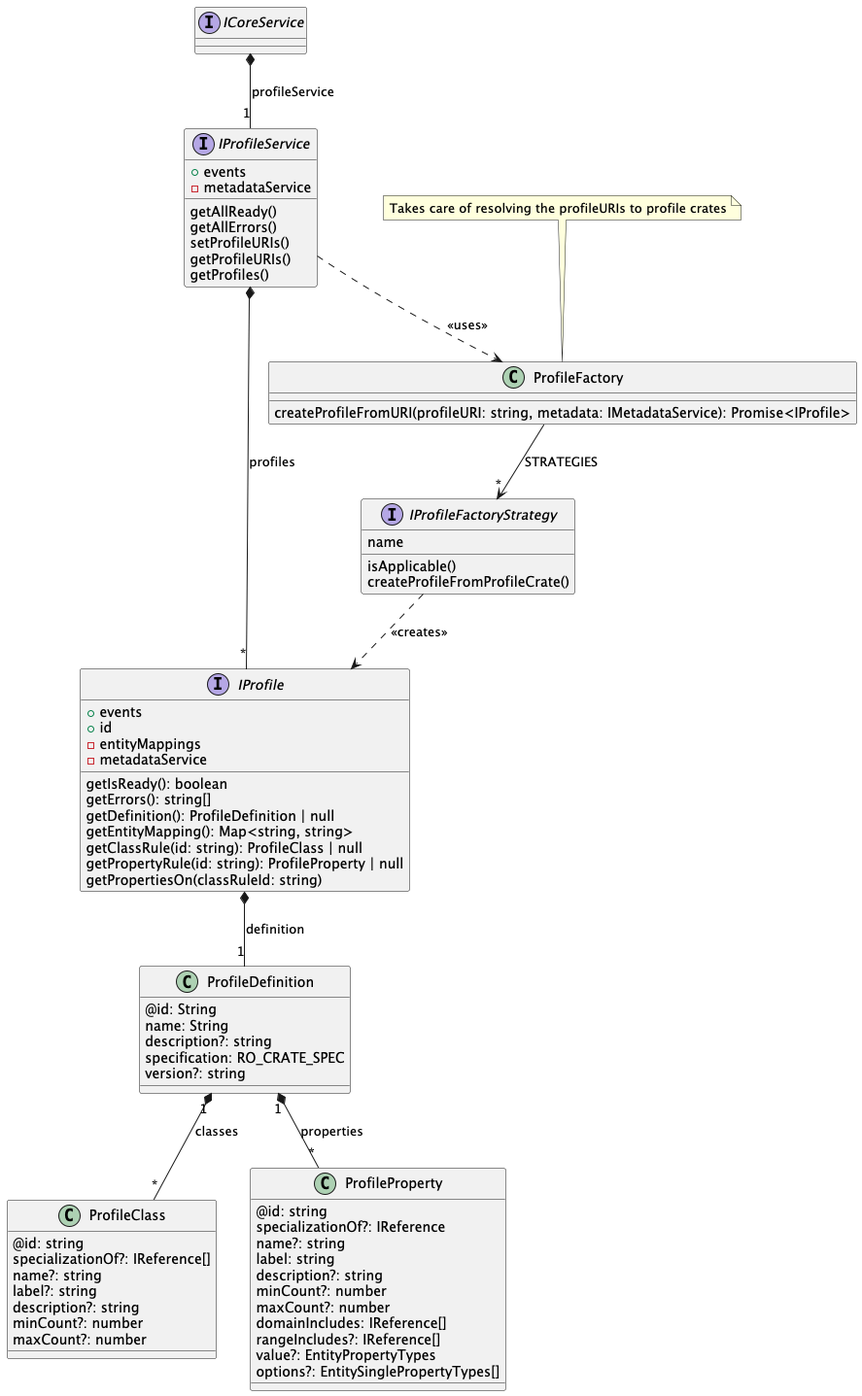
kit-data-manager/NovaCrate keeps this PlantUML diagram as docs/figures/lib/lib-profiles.png. Above is the earlier version.
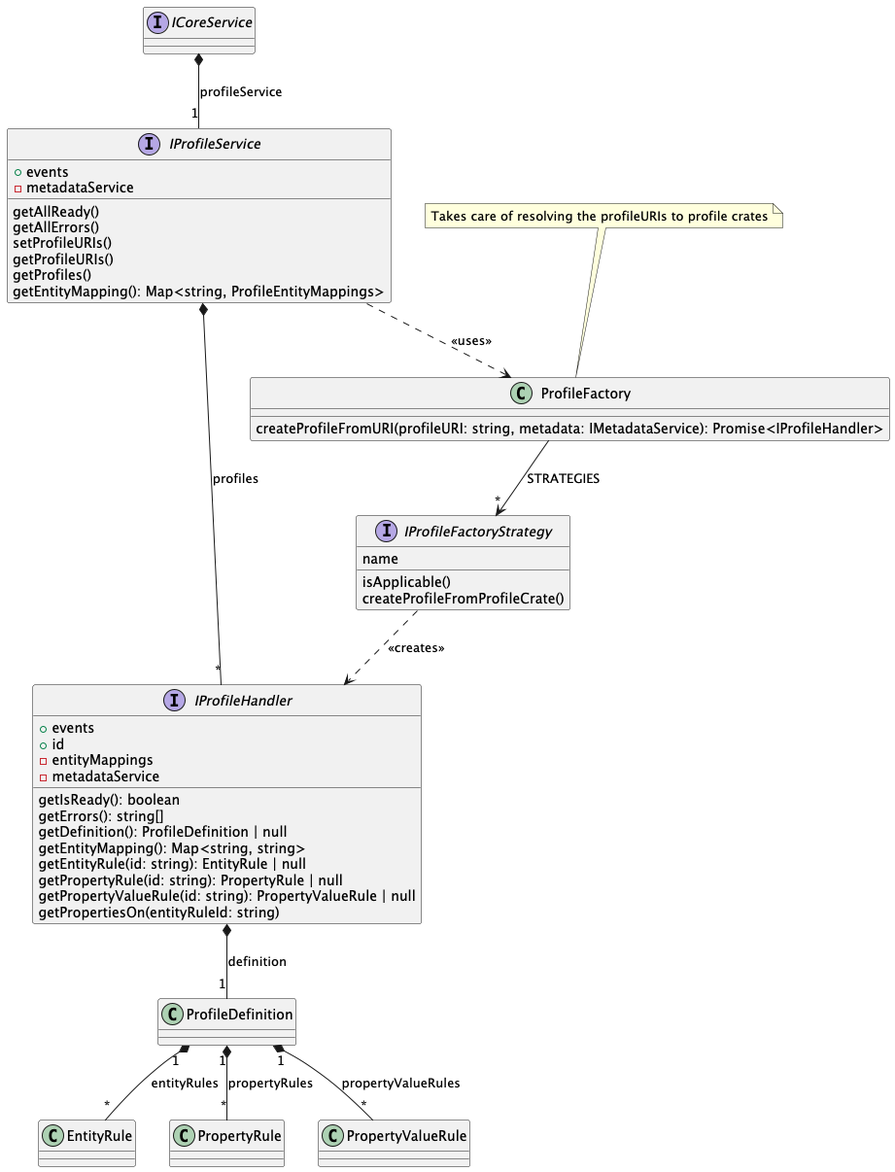
The same diagram one commit later.

What changed in the source:
```diff
@@ -10,9 +10,10 @@
     setProfileURIs()
     getProfileURIs()
     getProfiles()
+    getEntityMapping(): Map<string, ProfileEntityMappings>
 }
 
-interface IProfile {
+interface IProfileHandler {
     + events
     + id
     - entityMappings
@@ -21,13 +22,14 @@
     getErrors(): string[]
     getDefinition(): ProfileDefinition | null
     getEntityMapping(): Map<string, string>
-    getClassRule(id: string): ProfileClass | null
-    getPropertyRule(id: string): ProfileProperty | null
-    getPropertiesOn(classRuleId: string)
+    getEntityRule(id: string): EntityRule | null
+    getPropertyRule(id: string): PropertyRule | null
+    getPropertyValueRule(id: string): PropertyValueRule | null
+    getPropertiesOn(entityRuleId: string)
 }
 
 class ProfileFactory {
-    createProfileFromURI(profileURI: string, metadata: IMetadataService): Promise<IProfile>
+    createProfileFromURI(profileURI: string, metadata: IMetadataService): Promise<IProfileHandler>
 }
 
 note top of ProfileFactory: Takes care of resolving the profileURIs to profile crates
@@ -39,46 +41,27 @@
 }
 
 ICoreService *-- "1" IProfileService: profileService
-IProfileService *-- "*" IProfile: profiles
-IProfile *-- "1" ProfileDefinition: definition
+IProfileService *-- "*" IProfileHandler: profiles
+IProfileHandler *-- "1" ProfileDefinition: definition
 ProfileFactory --> "*" IProfileFactoryStrategy: STRATEGIES
 
-IProfileFactoryStrategy ..> IProfile: <<creates>>
+IProfileFactoryStrategy ..> IProfileHandler: <<creates>>
 IProfileService ..> ProfileFactory: <<uses>>
 
 class ProfileDefinition {
-    @id: String
-    name: String
-    description?: string
-    specification: RO_CRATE_SPEC
-    version?: string
 }
 
-class ProfileClass {
-    @id: string
-    specializationOf?: IReference[]
-    name?: string
-    label?: string
-    description?: string
-    minCount?: number
-    maxCount?: number
+class EntityRule {
 }
 
-class ProfileProperty {
-    @id: string
-    specializationOf?: IReference
-    name?: string
-    label: string
-    description?: string
-    minCount?: number
-    maxCount?: number
-    domainIncludes: IReference[]
-    rangeIncludes?: IReference[]
-    value?: EntityPropertyTypes
-    options?: EntitySinglePropertyTypes[]
+class PropertyRule {
 }
 
-ProfileDefinition "1" *-- "*" ProfileClass: classes
-ProfileDefinition "1" *-- "*" ProfileProperty: properties
+class PropertyValueRule {
+}
+
+ProfileDefinition "1" *-- "*" EntityRule: entityRules
+ProfileDefinition "1" *-- "*" PropertyRule: propertyRules
+ProfileDefinition "1" *-- "*" PropertyValueRule: propertyValueRules
 
 @enduml
```
